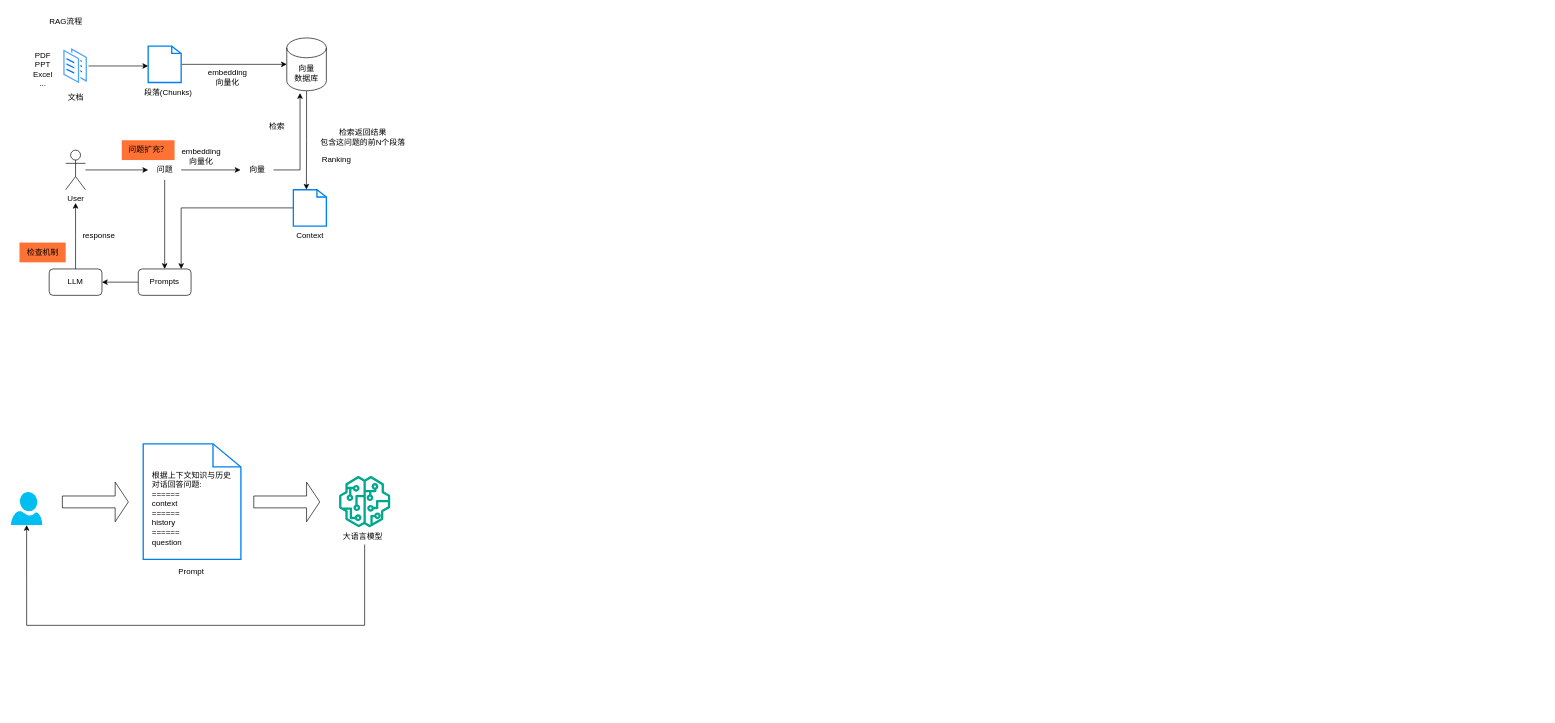
Earlier version of the draw.io diagram page "大模型" (2 of 2) of Untitled Diagram.drawio (jxu86/project-uml). Source tidied: cells renumbered, new cells numbered last; positions are measured from the earlier drawing's top-left corner, leaving out a move shared by most shapes. Both pictures are drawn from the tidied source at 66%, with x=0, y=0 at pixel (11, 11). Pictures stored in the file or linked from it are replaced by grey dashed boxes.
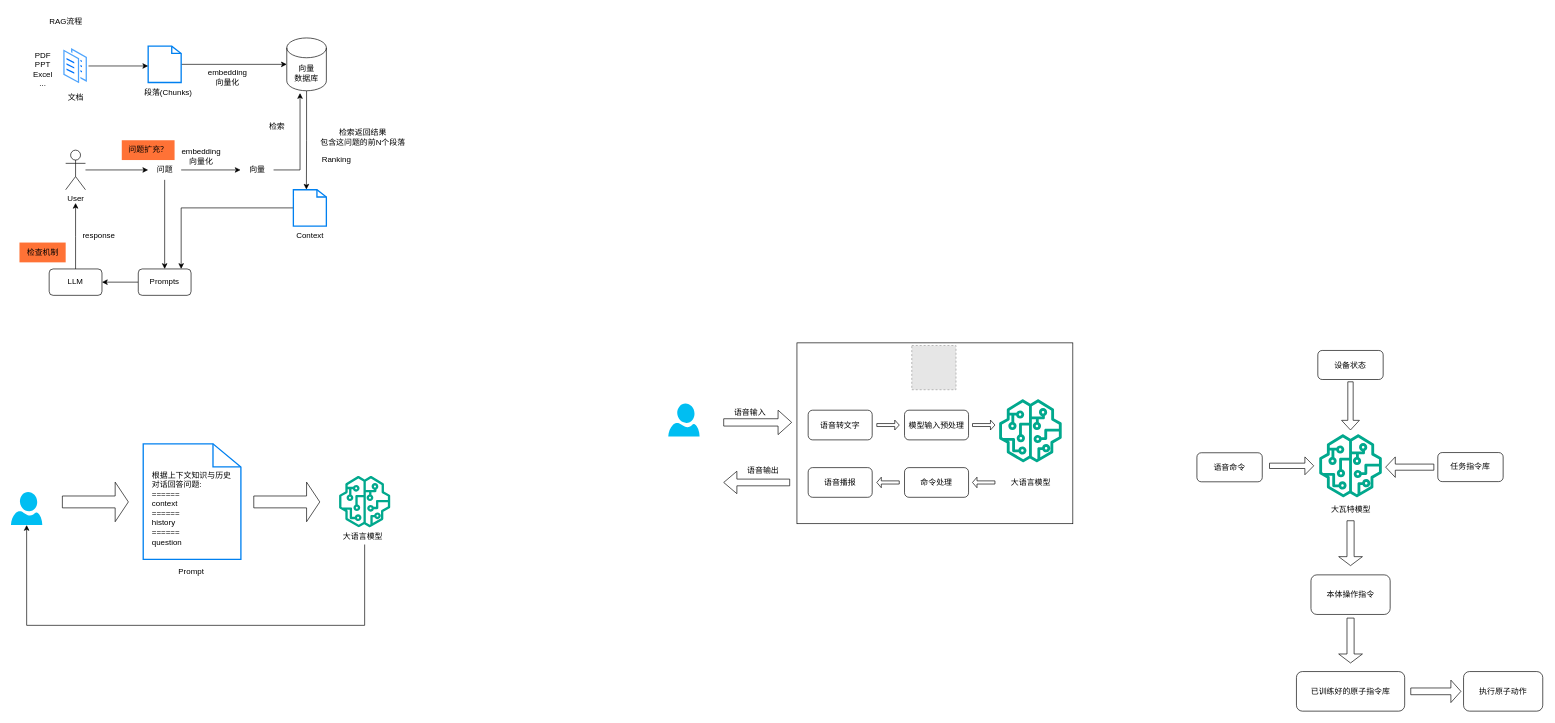
The same page after the edit.

Diff of the diagram source:
```diff
@@
+    <mxCell id="42" style="rounded=0;whiteSpace=wrap;html=1;" parent="1" vertex="1">
+      <mxGeometry x="1191" y="502" width="418" height="274" as="geometry" />
+    </mxCell>
@@
+    <mxCell id="43" style="fillColor=#E6E6E6;strokeColor=#999999;dashed=1;html=1;verticalAlign=top;verticalLabelPosition=bottom;labelBackgroundColor=#ffffff;" parent="1" vertex="1">
+      <mxGeometry x="1365" y="506" width="67" height="67" as="geometry" />
+    </mxCell>
+    <mxCell id="44" style="verticalLabelPosition=bottom;html=1;verticalAlign=top;align=center;strokeColor=none;fillColor=#00BEF2;shape=mxgraph.azure.user;" parent="1" vertex="1">
+      <mxGeometry x="996" y="594" width="47.5" height="50" as="geometry" />
+    </mxCell>
+    <mxCell id="45" style="shape=singleArrow;whiteSpace=wrap;html=1;" parent="1" vertex="1">
+      <mxGeometry x="1080" y="604" width="103" height="37" as="geometry" />
+    </mxCell>
+    <mxCell id="46" value="语音输入" style="text;html=1;align=center;verticalAlign=middle;whiteSpace=wrap;rounded=0;" parent="1" vertex="1">
+      <mxGeometry x="1092" y="599" width="56" height="17" as="geometry" />
+    </mxCell>
+    <mxCell id="47" value="大语言模型" style="text;html=1;align=center;verticalAlign=middle;strokeColor=none;fillColor=none;" parent="1" vertex="1">
+      <mxGeometry x="1505.8" y="700.5" width="78" height="26" as="geometry" />
+    </mxCell>
+    <mxCell id="48" style="sketch=0;fontColor=#232F3E;gradientColor=none;fillColor=#01A88D;strokeColor=none;dashed=0;verticalLabelPosition=bottom;verticalAlign=top;align=center;html=1;fontSize=12;fontStyle=0;shape=mxgraph.aws4.sagemaker_model;" parent="1" vertex="1">
+      <mxGeometry x="1497" y="587.5" width="95.5" height="95.5" as="geometry" />
+    </mxCell>
+    <mxCell id="49" value="语音转文字" style="rounded=1;whiteSpace=wrap;html=1;" parent="1" vertex="1">
+      <mxGeometry x="1208" y="604" width="97" height="45" as="geometry" />
+    </mxCell>
+    <mxCell id="50" value="模型输入预处理" style="rounded=1;whiteSpace=wrap;html=1;" parent="1" vertex="1">
+      <mxGeometry x="1354" y="604" width="97" height="45" as="geometry" />
+    </mxCell>
+    <mxCell id="51" style="shape=singleArrow;whiteSpace=wrap;html=1;" parent="1" vertex="1">
+      <mxGeometry x="1312" y="619" width="34" height="15" as="geometry" />
+    </mxCell>
+    <mxCell id="52" style="shape=singleArrow;whiteSpace=wrap;html=1;" parent="1" vertex="1">
+      <mxGeometry x="1457" y="619" width="34" height="15" as="geometry" />
+    </mxCell>
+    <mxCell id="53" value="命令处理" style="rounded=1;whiteSpace=wrap;html=1;" parent="1" vertex="1">
+      <mxGeometry x="1354" y="691" width="97" height="45" as="geometry" />
+    </mxCell>
+    <mxCell id="54" value="语音播报" style="rounded=1;whiteSpace=wrap;html=1;" parent="1" vertex="1">
+      <mxGeometry x="1208" y="691" width="97" height="45" as="geometry" />
+    </mxCell>
+    <mxCell id="55" style="shape=singleArrow;direction=west;whiteSpace=wrap;html=1;" parent="1" vertex="1">
+      <mxGeometry x="1080" y="696.5" width="100" height="34" as="geometry" />
+    </mxCell>
+    <mxCell id="56" value="语音输出" style="text;html=1;align=center;verticalAlign=middle;whiteSpace=wrap;rounded=0;" parent="1" vertex="1">
+      <mxGeometry x="1112" y="686.5" width="56" height="17" as="geometry" />
+    </mxCell>
+    <mxCell id="57" style="shape=singleArrow;direction=west;whiteSpace=wrap;html=1;" parent="1" vertex="1">
+      <mxGeometry x="1312" y="705.5" width="34" height="16" as="geometry" />
+    </mxCell>
+    <mxCell id="58" style="shape=singleArrow;direction=west;whiteSpace=wrap;html=1;" parent="1" vertex="1">
+      <mxGeometry x="1457" y="705.5" width="34" height="16" as="geometry" />
+    </mxCell>
+    <mxCell id="59" value="语音命令" style="rounded=1;whiteSpace=wrap;html=1;" parent="1" vertex="1">
+      <mxGeometry x="1797" y="668.5" width="99" height="44" as="geometry" />
+    </mxCell>
+    <mxCell id="60" value="大瓦特模型" style="text;html=1;align=center;verticalAlign=middle;strokeColor=none;fillColor=none;" parent="1" vertex="1">
+      <mxGeometry x="1990.8" y="741" width="78" height="26" as="geometry" />
+    </mxCell>
+    <mxCell id="61" style="sketch=0;fontColor=#232F3E;gradientColor=none;fillColor=#01A88D;strokeColor=none;dashed=0;verticalLabelPosition=bottom;verticalAlign=top;align=center;html=1;fontSize=12;fontStyle=0;shape=mxgraph.aws4.sagemaker_model;" parent="1" vertex="1">
+      <mxGeometry x="1982" y="640.5" width="95.5" height="95.5" as="geometry" />
+    </mxCell>
+    <mxCell id="62" style="shape=singleArrow;whiteSpace=wrap;html=1;" parent="1" vertex="1">
+      <mxGeometry x="1907" y="674.8" width="67" height="27" as="geometry" />
+    </mxCell>
+    <mxCell id="63" value="设备状态" style="rounded=1;whiteSpace=wrap;html=1;" parent="1" vertex="1">
+      <mxGeometry x="1980.2" y="513.5" width="99" height="44" as="geometry" />
+    </mxCell>
+    <mxCell id="64" style="shape=singleArrow;direction=south;whiteSpace=wrap;html=1;" parent="1" vertex="1">
+      <mxGeometry x="2016.2" y="561" width="27" height="73" as="geometry" />
+    </mxCell>
+    <mxCell id="65" value="任务指令库" style="rounded=1;whiteSpace=wrap;html=1;" parent="1" vertex="1">
+      <mxGeometry x="2162" y="668.2" width="99" height="44" as="geometry" />
+    </mxCell>
+    <mxCell id="66" style="shape=singleArrow;direction=west;whiteSpace=wrap;html=1;" parent="1" vertex="1">
+      <mxGeometry x="2083" y="674.8" width="73" height="31" as="geometry" />
+    </mxCell>
+    <mxCell id="67" style="shape=singleArrow;direction=south;whiteSpace=wrap;html=1;" parent="1" vertex="1">
+      <mxGeometry x="2011.8" y="771.5" width="36" height="68" as="geometry" />
+    </mxCell>
+    <mxCell id="68" value="本体操作指令" style="rounded=1;whiteSpace=wrap;html=1;" parent="1" vertex="1">
+      <mxGeometry x="1969.8" y="853.5" width="120" height="60" as="geometry" />
+    </mxCell>
+    <mxCell id="69" value="已训练好的原子指令库" style="rounded=1;whiteSpace=wrap;html=1;" parent="1" vertex="1">
+      <mxGeometry x="1947.8" y="1000" width="164" height="60" as="geometry" />
+    </mxCell>
+    <mxCell id="70" style="shape=singleArrow;direction=south;whiteSpace=wrap;html=1;" parent="1" vertex="1">
+      <mxGeometry x="2011.8" y="919" width="36" height="68" as="geometry" />
+    </mxCell>
+    <mxCell id="71" value="执行原子动作" style="rounded=1;whiteSpace=wrap;html=1;" parent="1" vertex="1">
+      <mxGeometry x="2201" y="1000" width="120" height="60" as="geometry" />
+    </mxCell>
+    <mxCell id="72" style="shape=singleArrow;whiteSpace=wrap;html=1;" parent="1" vertex="1">
+      <mxGeometry x="2121" y="1013" width="76" height="34" as="geometry" />
+    </mxCell>
```
